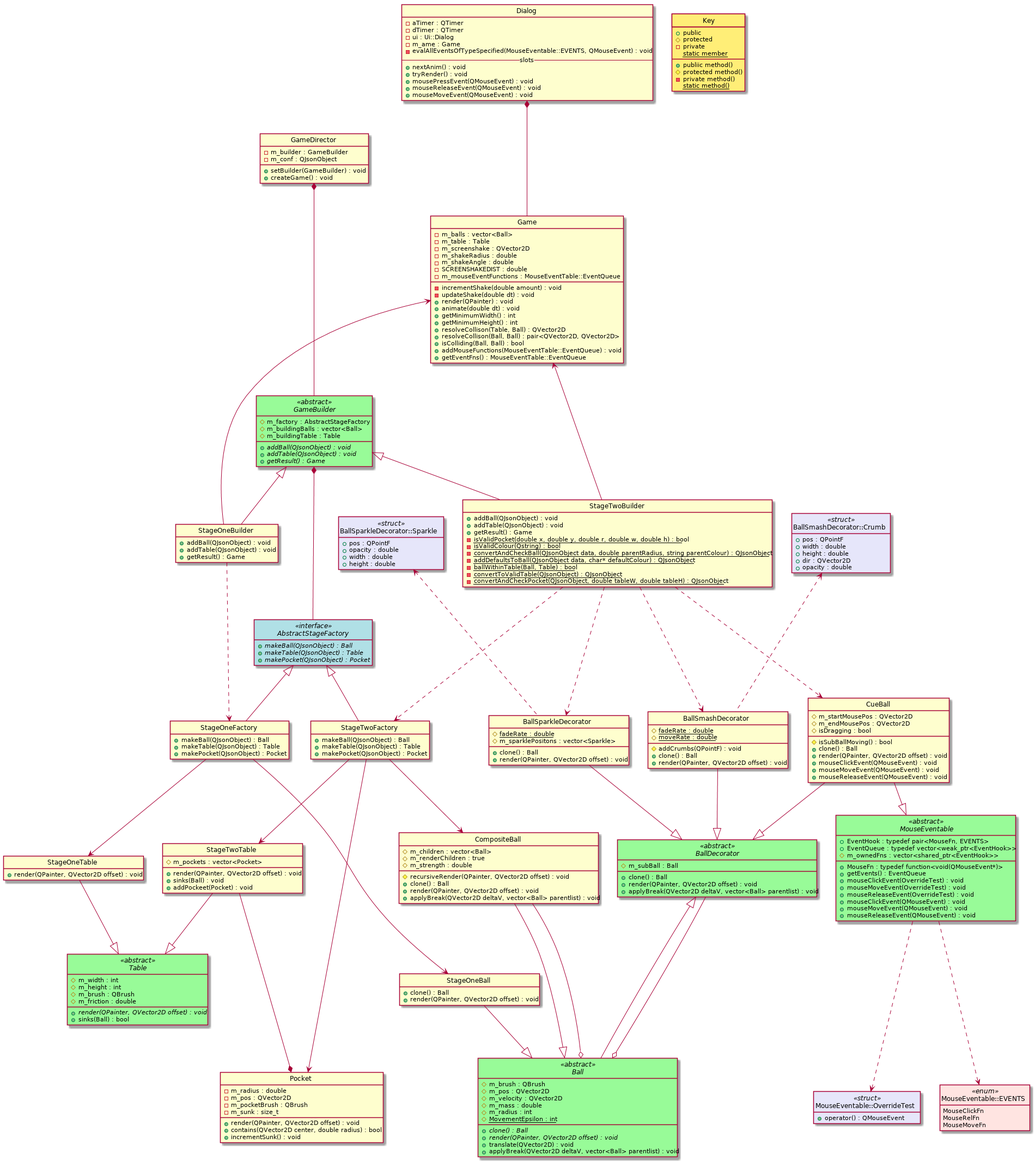
Before: stage3.png, a diagram exported from PlantUML (KittenHero/QtPoolGame).
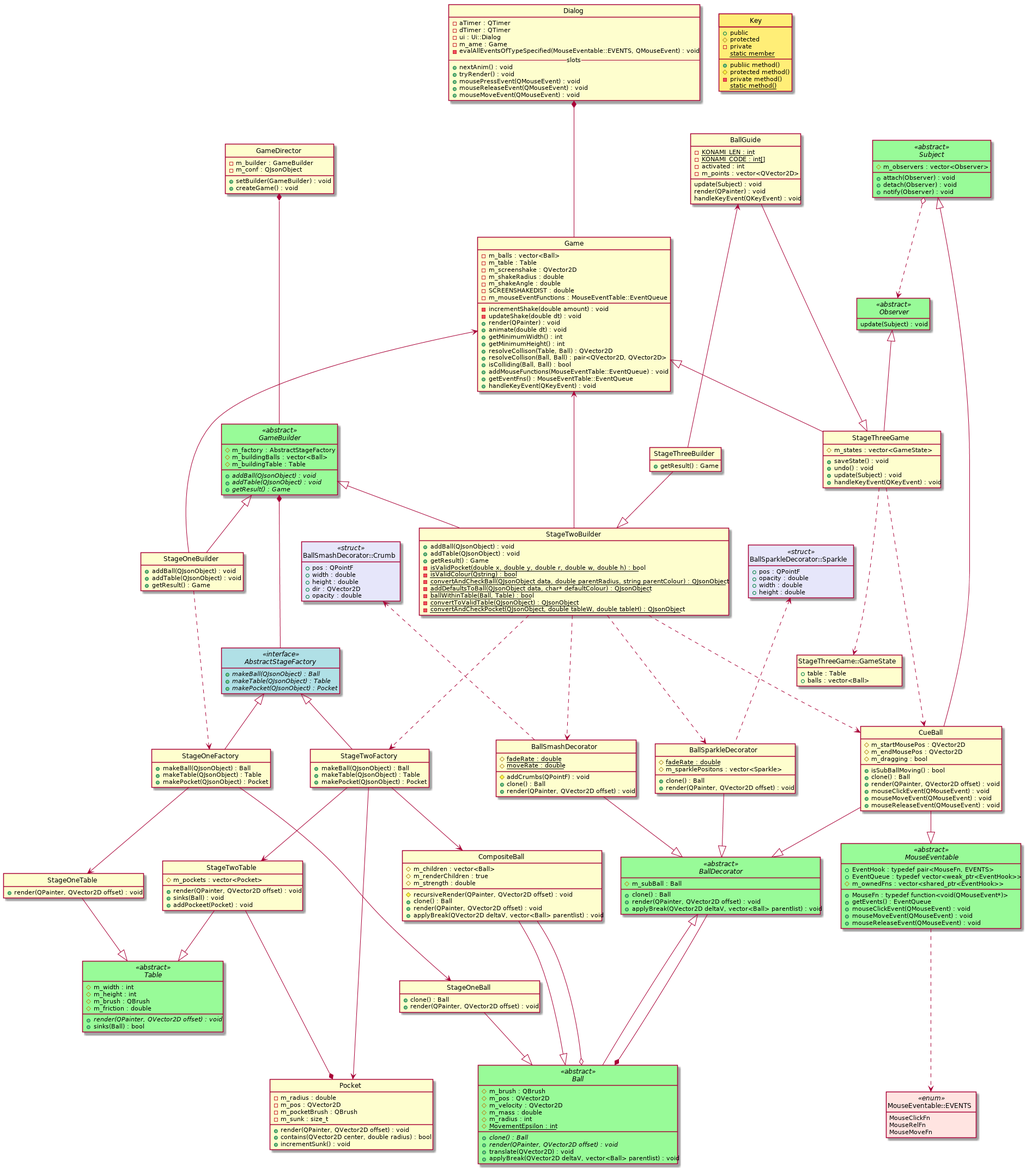
The same file after the commit.

What changed in the source:
```diff
@@ -42,6 +42,9 @@
 	- convertToValidTable(QJsonObject) : QJsonObject {static}
 	- convertAndCheckPocket(QJsonObject, double tableW, double tableH) : QJsonObject {static}
 }
+class StageThreeBuilder {
+	+ getResult() : Game
+}
 
 class GameDirector {
 	- m_builder : GameBuilder
@@ -69,6 +72,28 @@
 	+ isColliding(Ball, Ball) : bool
 	+ addMouseFunctions(MouseEventTable::EventQueue) : void
 	+ getEventFns() : MouseEventTable::EventQueue
+	+ handleKeyEvent(QKeyEvent) : void
+}
+
+class StageThreeGame {
+	# m_states : vector<GameState>
+	+ saveState() : void
+	+ undo() : void
+	+ update(Subject) : void
+	+ handleKeyEvent(QKeyEvent) : void
+}
+class StageThreeGame::GameState {
+	+ table : Table
+	+ balls : vector<Ball>
+}
+class BallGuide {
+	- KONAMI_LEN : int {static}
+	- KONAMI_CODE : int[] {static}
+	- activated : int
+	- m_points : vector<QVector2D>
+	update(Subject) : void
+	render(QPainter) : void
+	handleKeyEvent(QKeyEvent) : void
 }
 
 abstract class MouseEventable <<abstract>> {
@@ -77,9 +102,6 @@
 	+ EventQueue : typedef vector<weak_ptr<EventHook>>
 	# m_ownedFns : vector<shared_ptr<EventHook>>
 	+ getEvents() : EventQueue
-	+ mouseClickEvent(OverrideTest) : void
-	+ mouseMoveEvent(OverrideTest) : void
-	+ mouseReleaseEvent(OverrideTest) : void
 	+ mouseClickEvent(QMouseEvent) : void
 	+ mouseMoveEvent(QMouseEvent) : void
 	+ mouseReleaseEvent(QMouseEvent) : void
@@ -102,10 +124,6 @@
 	+ mousePressEvent(QMouseEvent) : void
 	+ mouseReleaseEvent(QMouseEvent) : void
 	+ mouseMoveEvent(QMouseEvent) : void
-}
-
-class MouseEventable::OverrideTest <<struct>> {
-	+ operator() : QMouseEvent
 }
 
 class Pocket {
@@ -172,8 +190,8 @@
 class CueBall {
 	# m_startMousePos : QVector2D
 	# m_endMousePos : QVector2D
-	# isDragging : bool
-	# isSubBallMoving() : bool
+	# m_dragging : bool
+	+ isSubBallMoving() : bool
 	+ clone() : Ball
 	+ render(QPainter, QVector2D offset) : void
 	+ mouseClickEvent(QMouseEvent) : void
@@ -207,6 +225,16 @@
 	+ opacity : double
 }
 
+abstract class Subject <<abstract>> {
+	# m_observers : vector<Observer>
+	+ attach(Observer) : void
+	+ detach(Observer) : void
+	+ notify(Observer) : void
+}
+abstract class Observer <<abstract>> {
+	update(Subject) : void
+}
+
 class Key #ffee77 {
 	+public
 	#protected
@@ -228,44 +256,53 @@
 	BackgroundColor<<struct>> Lavender
 }
 
-GameDirector          *---  GameBuilder
-GameBuilder           *---  AbstractStageFactory
-GameBuilder           <|--  StageOneBuilder
-GameBuilder           <|--  StageTwoBuilder
-Game                  <---  StageOneBuilder
-Game                  <---  StageTwoBuilder
-AbstractStageFactory  <|--  StageOneFactory
-AbstractStageFactory  <|--  StageTwoFactory
-StageOneBuilder       ...>  StageOneFactory
-StageTwoBuilder       ...>  StageTwoFactory
-Dialog                *---  Game
+GameDirector                   *---  GameBuilder
+GameBuilder                    *---  AbstractStageFactory
+GameBuilder                    <|--  StageOneBuilder
+GameBuilder                    <|--  StageTwoBuilder
+Game                           <---  StageOneBuilder
+Game                           <---  StageTwoBuilder
+AbstractStageFactory           <|--  StageOneFactory
+AbstractStageFactory           <|--  StageTwoFactory
+StageOneBuilder                ...>  StageOneFactory
+StageTwoBuilder                ...>  StageTwoFactory
+Dialog                         *---  Game
 
-StageOneBall          --|>  Ball
-CompositeBall         --|>  Ball
-StageOneTable         --|>  Table
-StageTwoTable         --|>  Table
-StageTwoTable         ---*  Pocket
+StageOneBall                   --|>  Ball
+CompositeBall                  --|>  Ball
+StageOneTable                  --|>  Table
+StageTwoTable                  --|>  Table
+StageTwoTable                  ---*  Pocket
 
-StageOneFactory       -->   StageOneTable
-StageOneFactory       -->   StageOneBall
-StageTwoFactory       -->   StageTwoTable
-StageTwoFactory       -->   CompositeBall
-StageTwoFactory       -->   Pocket
+StageOneFactory                -->   StageOneTable
+StageOneFactory                -->   StageOneBall
+StageTwoFactory                -->   StageTwoTable
+StageTwoFactory                -->   CompositeBall
+StageTwoFactory                -->   Pocket
 
-BallDecorator         <|--  Ball
-BallDecorator         ---o  Ball
-CompositeBall         ---o  Ball
-CueBall               --|>  BallDecorator
-BallSparkleDecorator  --|>  BallDecorator
-BallSmashDecorator    --|>  BallDecorator
+Game                           <|--  StageThreeGame
+StageThreeGame                 ...>  StageThreeGame::GameState
+BallGuide                      --|>  StageThreeGame
+Observer                       <|--  StageThreeGame
+Subject                        <|--  CueBall
+StageThreeGame                 ...>  CueBall
+Subject                        o..>  Observer
+
+BallDecorator                  <|--  Ball
+BallDecorator                  ---*  Ball
+CompositeBall                  ---o  Ball
+CueBall                        --|>  BallDecorator
+BallSparkleDecorator           --|>  BallDecorator
+BallSmashDecorator             --|>  BallDecorator
 BallSparkleDecorator::Sparkle  <...  BallSparkleDecorator
-BallSmashDecorator::Crumb    <...  BallSmashDecorator
-StageTwoBuilder       ...>  CueBall
-StageTwoBuilder       ...>  BallSparkleDecorator
-StageTwoBuilder       ...>  BallSmashDecorator
+BallSmashDecorator::Crumb      <...  BallSmashDecorator
+StageTwoBuilder                ...>  CueBall
+StageTwoBuilder                ...>  BallSparkleDecorator
+StageTwoBuilder                ...>  BallSmashDecorator
+StageThreeBuilder              --|>  StageTwoBuilder
+BallGuide                      <---  StageThreeBuilder
 
-MouseEventable        ...>  MouseEventable::OverrideTest
-MouseEventable        ...>  MouseEventable::EVENTS
-CueBall               --|>  MouseEventable
+MouseEventable                 ...>  MouseEventable::EVENTS
+CueBall                        --|>  MouseEventable
 
 @enduml
```
